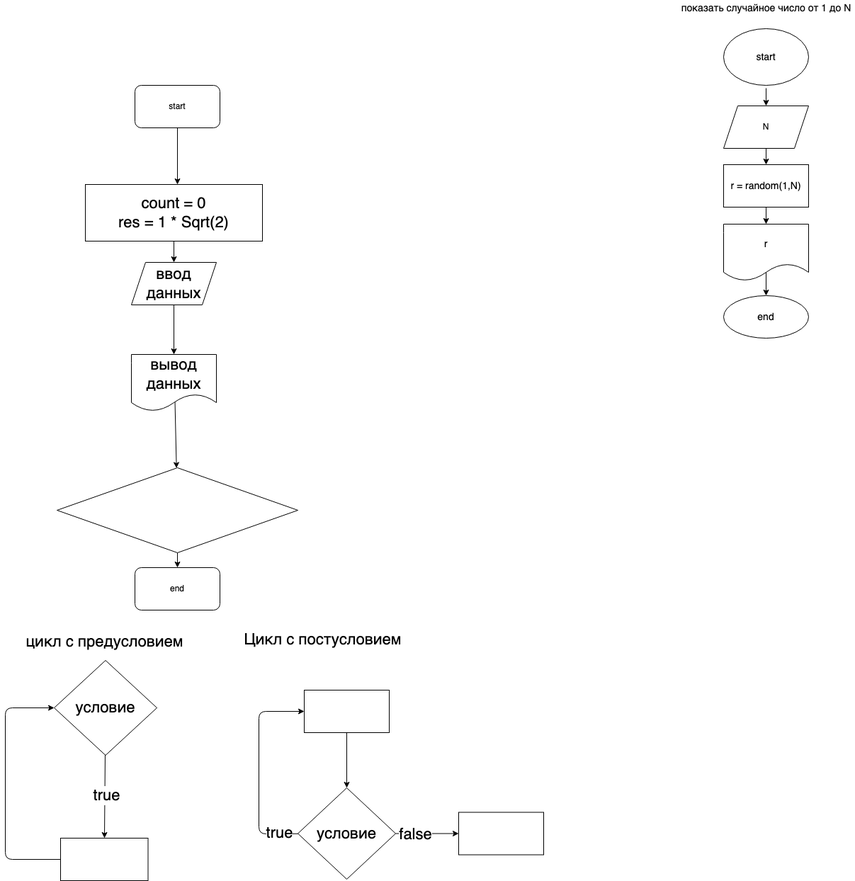
AlexanderRostovshchikov/practice_temp keeps this draw.io diagram as practice_temp/ex0001.drawio.png. Above is the earlier version. Source tidied: cells renumbered, new cells last; positions are measured from the earlier drawing's top-left corner, leaving out a move shared by most shapes.
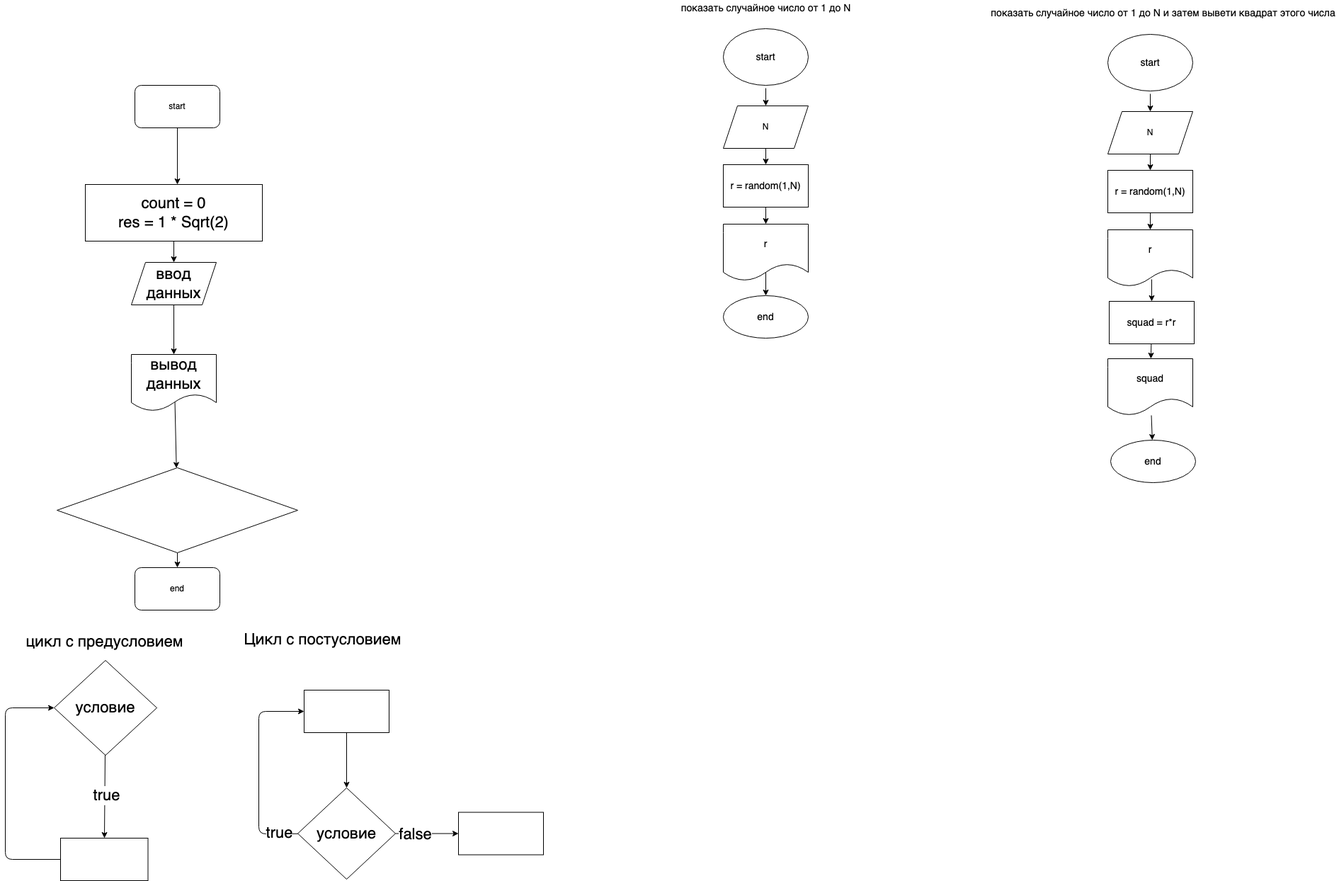
The same file after the commit.

Commit message:
показать случайное число от 1 до N и затем вывети квадрат этого числа

Change to the diagram source:
```diff
@@ -126,5 +126,54 @@
     <mxCell id="37" value="показать случайное число от 1 до N" style="text;html=1;align=center;verticalAlign=middle;strokeColor=none;fillColor=none;fontSize=14;" parent="1" vertex="1">
       <mxGeometry x="949" width="250" height="21" as="geometry" />
     </mxCell>
+    <mxCell id="38" style="edgeStyle=none;html=1;fontSize=22;" parent="1" edge="1" target="40">
+      <mxGeometry relative="1" as="geometry">
+        <mxPoint x="1617" y="132" as="sourcePoint" />
+      </mxGeometry>
+    </mxCell>
+    <mxCell id="39" style="edgeStyle=none;html=1;fontSize=22;entryX=0.5;entryY=0;entryDx=0;entryDy=0;" parent="1" edge="1" source="40" target="42">
+      <mxGeometry relative="1" as="geometry" />
+    </mxCell>
+    <mxCell id="40" value="N" style="shape=parallelogram;perimeter=parallelogramPerimeter;whiteSpace=wrap;html=1;fixedSize=1;rounded=0;" parent="1" vertex="1">
+      <mxGeometry x="1557" y="157" width="120" height="60" as="geometry" />
+    </mxCell>
+    <mxCell id="41" style="edgeStyle=none;html=1;fontSize=14;" parent="1" edge="1" source="42" target="43">
+      <mxGeometry relative="1" as="geometry" />
+    </mxCell>
+    <mxCell id="42" value="r = random(1,N)" style="rounded=0;whiteSpace=wrap;html=1;fontSize=14;" parent="1" vertex="1">
+      <mxGeometry x="1557" y="240" width="120" height="60" as="geometry" />
+    </mxCell>
+    <mxCell id="43" value="r" style="shape=document;whiteSpace=wrap;html=1;boundedLbl=1;fontSize=14;rounded=0;" parent="1" vertex="1">
+      <mxGeometry x="1557" y="324" width="120" height="80" as="geometry" />
+    </mxCell>
+    <mxCell id="44" value="end" style="ellipse;whiteSpace=wrap;html=1;fontSize=14;rounded=0;" parent="1" vertex="1">
+      <mxGeometry x="1561" y="621" width="120" height="60" as="geometry" />
+    </mxCell>
+    <mxCell id="45" value="start" style="ellipse;whiteSpace=wrap;html=1;rounded=0;fontSize=14;" parent="1" vertex="1">
+      <mxGeometry x="1557" y="48" width="120" height="80" as="geometry" />
+    </mxCell>
+    <mxCell id="46" value="показать случайное число от 1 до N и затем вывети квадрат этого числа" style="text;html=1;align=center;verticalAlign=middle;strokeColor=none;fillColor=none;fontSize=14;" parent="1" vertex="1">
+      <mxGeometry x="1387" y="7" width="496" height="21" as="geometry" />
+    </mxCell>
+    <mxCell id="47" style="edgeStyle=none;html=1;fontSize=14;" parent="1" edge="1" source="48" target="50">
+      <mxGeometry relative="1" as="geometry" />
+    </mxCell>
+    <mxCell id="48" value="squad = r*r" style="rounded=0;whiteSpace=wrap;html=1;fontSize=14;" parent="1" vertex="1">
+      <mxGeometry x="1559" y="425" width="120" height="60" as="geometry" />
+    </mxCell>
+    <mxCell id="49" style="edgeStyle=none;html=1;fontSize=14;" parent="1" edge="1" source="50" target="44">
+      <mxGeometry relative="1" as="geometry" />
+    </mxCell>
+    <mxCell id="50" value="squad" style="shape=document;whiteSpace=wrap;html=1;boundedLbl=1;rounded=0;fontSize=14;" parent="1" vertex="1">
+      <mxGeometry x="1557" y="506" width="120" height="80" as="geometry" />
+    </mxCell>
+    <mxCell id="51" style="endArrow=classic;html=1;fontSize=14;entryX=0.5;entryY=0;entryDx=0;entryDy=0;" parent="1" edge="1" target="48">
+      <mxGeometry relative="1" as="geometry">
+        <mxPoint x="1619" y="394" as="sourcePoint" />
+        <Array as="points">
+          <mxPoint x="1619" y="394" />
+        </Array>
+      </mxGeometry>
+    </mxCell>
   </root>
 </mxGraphModel>
```
